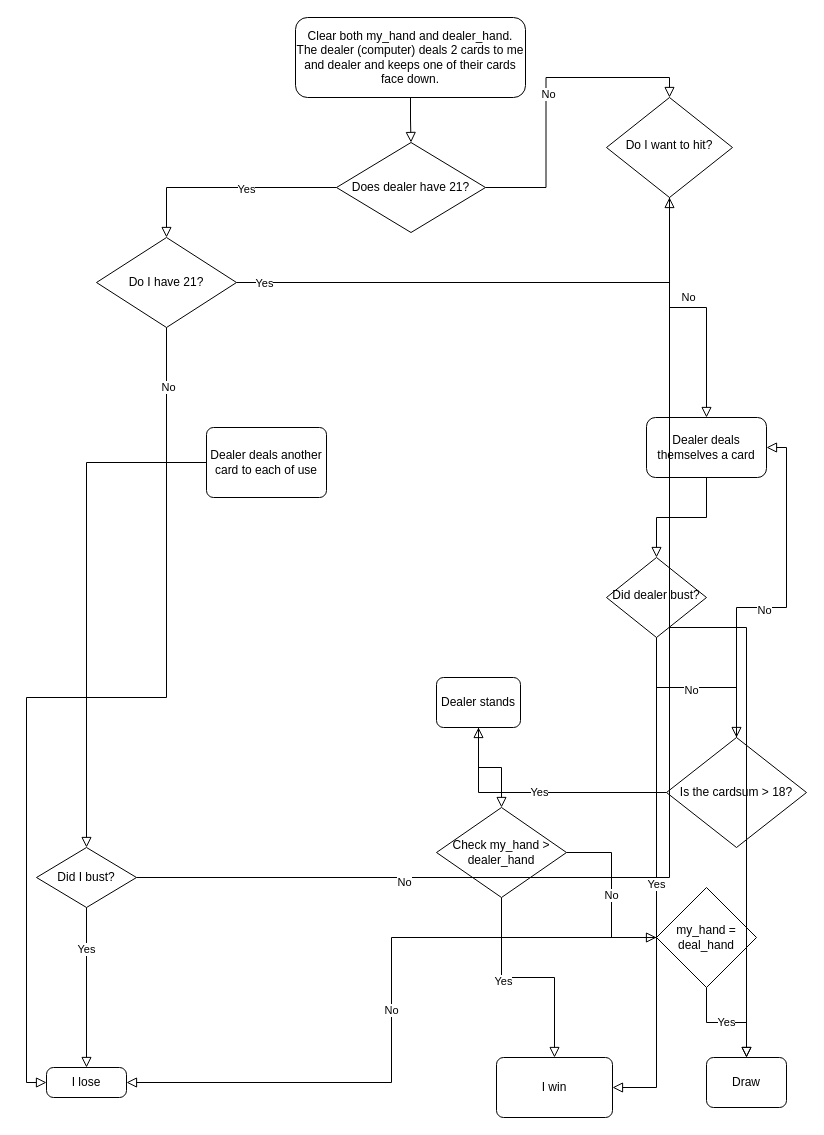
Before: blackjack.drawio in curtisolinger/blackjack, a draw.io diagram. Source tidied: cells renumbered, new cells numbered last; positions are measured from the earlier drawing's top-left corner, leaving out a move shared by most shapes. Both pictures are drawn from the tidied source at 100%, with x=0, y=0 at pixel (36, 17).
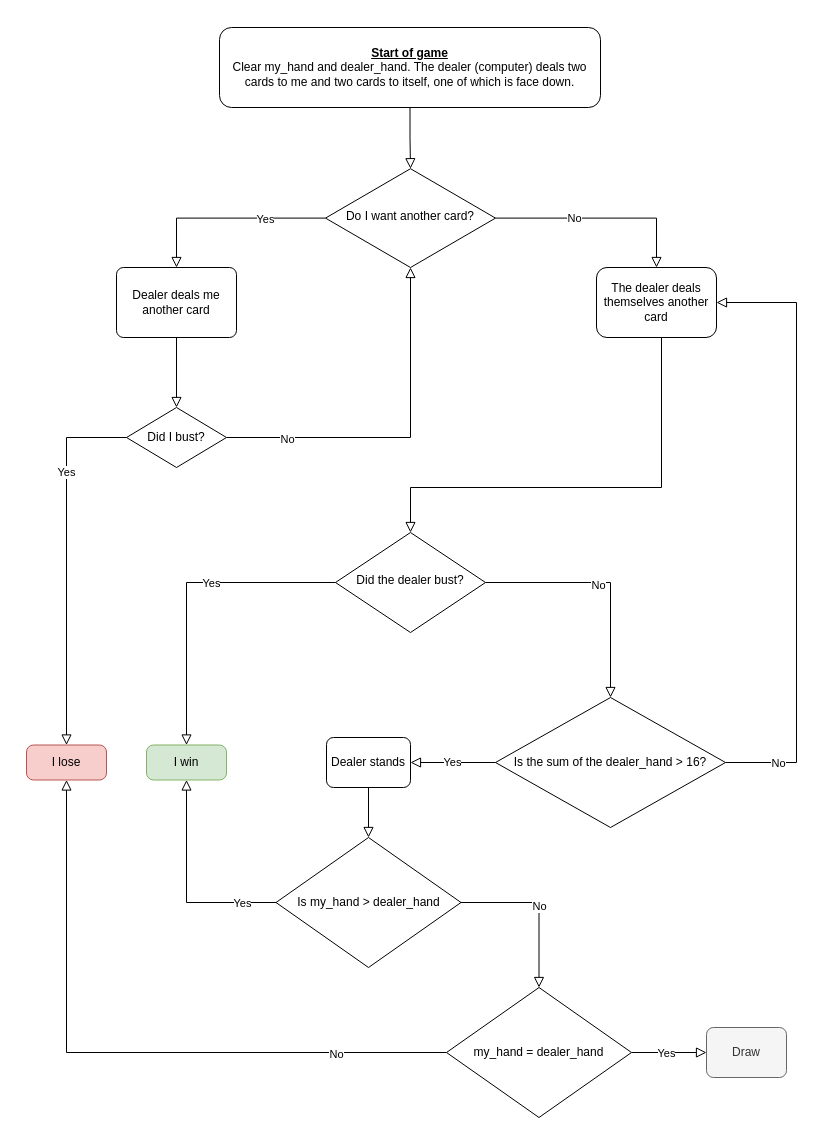
After the change.

Unchanged cells that the change refers to:
```xml
<mxCell id="18" style="edgeStyle=orthogonalEdgeStyle;rounded=0;jettySize=auto;html=1;endArrow=block;endFill=0;endSize=8;" parent="1" edge="1" source="21" target="11">
  <mxGeometry relative="1" as="geometry" />
</mxCell>
<mxCell id="30" style="edgeStyle=orthogonalEdgeStyle;rounded=0;jettySize=auto;html=1;entryX=0.5;entryY=1;entryDx=0;entryDy=0;endArrow=block;endFill=0;endSize=8;" parent="1" edge="1" source="32" target="45">
  <mxGeometry relative="1" as="geometry" />
</mxCell>
```

The edit, as a diff of the source:
```diff
@@
-    <mxCell id="2" style="edgeStyle=orthogonalEdgeStyle;rounded=0;jettySize=auto;html=1;entryX=0.5;entryY=0;entryDx=0;entryDy=0;entryPerimeter=0;endArrow=block;endFill=0;endSize=8;" parent="1" edge="1" source="3" target="38">
-      <mxGeometry relative="1" as="geometry" />
-    </mxCell>
+    <mxCell id="46" style="edgeStyle=orthogonalEdgeStyle;rounded=0;jettySize=auto;html=1;entryX=0.5;entryY=0;entryDx=0;entryDy=0;endArrow=block;endFill=0;endSize=8;" parent="1" edge="1" source="3" target="45">
+      <mxGeometry relative="1" as="geometry" />
+    </mxCell>
-    <mxCell id="3" value="Clear both my_hand and dealer_hand. The dealer (computer) deals 2 cards to me and dealer and keeps one of their cards face down." style="rounded=1;whiteSpace=wrap;html=1;fontSize=12;glass=0;strokeWidth=1;shadow=0;" parent="1" vertex="1">
-      <mxGeometry x="259" width="230" height="80" as="geometry" />
+    <mxCell id="3" value="&lt;div&gt;&lt;u&gt;&lt;b&gt;Start of game&lt;/b&gt;&lt;/u&gt;&lt;/div&gt;&lt;div&gt;Clear my_hand and dealer_hand. The dealer (computer) deals two cards to me and two cards to itself, one of which is face down.&lt;br&gt;&lt;/div&gt;" style="rounded=1;whiteSpace=wrap;html=1;fontSize=12;glass=0;strokeWidth=1;shadow=0;" parent="1" vertex="1">
+      <mxGeometry x="183" y="10" width="381" height="80" as="geometry" />
     </mxCell>
-    <mxCell id="4" value="No" style="edgeStyle=orthogonalEdgeStyle;rounded=0;html=1;jettySize=auto;fontSize=11;endArrow=block;endFill=0;endSize=8;strokeWidth=1;shadow=0;labelBackgroundColor=none;" parent="1" edge="1" source="45" target="6">
-      <mxGeometry y="10" relative="1" as="geometry" />
-    </mxCell>
-    <mxCell id="5" style="edgeStyle=orthogonalEdgeStyle;rounded=0;jettySize=auto;html=1;entryX=0.5;entryY=0;entryDx=0;entryDy=0;endArrow=block;endFill=0;endSize=8;" parent="1" edge="1" source="6" target="10">
-      <mxGeometry relative="1" as="geometry" />
+    <mxCell id="5" style="edgeStyle=orthogonalEdgeStyle;rounded=0;jettySize=auto;html=1;exitX=0.5;exitY=1;exitDx=0;exitDy=0;entryX=0.5;entryY=0;entryDx=0;entryDy=0;endArrow=block;endFill=0;endSize=8;" parent="1" edge="1" source="6" target="10">
+      <mxGeometry relative="1" as="geometry">
+        <Array as="points">
+          <mxPoint x="625" y="470" />
+          <mxPoint x="374" y="470" />
+        </Array>
+      </mxGeometry>
     </mxCell>
-    <mxCell id="6" value="Dealer deals themselves a card" style="rounded=1;whiteSpace=wrap;html=1;fontSize=12;glass=0;strokeWidth=1;shadow=0;" parent="1" vertex="1">
-      <mxGeometry x="610" y="400" width="120" height="60" as="geometry" />
+    <mxCell id="6" value="The dealer deals themselves another card " style="rounded=1;whiteSpace=wrap;html=1;fontSize=12;glass=0;strokeWidth=1;shadow=0;" parent="1" vertex="1">
+      <mxGeometry x="560" y="250" width="120" height="70" as="geometry" />
     </mxCell>
-    <mxCell id="7" value="Yes" style="edgeStyle=orthogonalEdgeStyle;rounded=0;jettySize=auto;html=1;entryX=1;entryY=0.5;entryDx=0;entryDy=0;endArrow=block;endFill=0;endSize=8;" parent="1" edge="1" source="10" target="11">
-      <mxGeometry relative="1" as="geometry" />
-    </mxCell>
@@
+    <mxCell id="7" style="edgeStyle=orthogonalEdgeStyle;rounded=0;jettySize=auto;html=1;endArrow=block;endFill=0;endSize=8;" parent="1" edge="1" source="10" target="11">
+      <mxGeometry relative="1" as="geometry" />
+    </mxCell>
+    <mxCell id="47" value="Yes" style="edgeLabel;html=1;align=center;verticalAlign=middle;" parent="7" vertex="1">
+      <mxGeometry x="-0.46" y="1" relative="1" as="geometry">
+        <mxPoint x="-41" y="-1" as="offset" />
+      </mxGeometry>
+    </mxCell>
-    <mxCell id="10" value="Did dealer bust?" style="rhombus;whiteSpace=wrap;html=1;shadow=0;fontFamily=Helvetica;fontSize=12;align=center;strokeWidth=1;spacing=6;spacingTop=-4;" parent="1" vertex="1">
-      <mxGeometry x="570" y="540" width="100" height="80" as="geometry" />
+    <mxCell id="10" value="Did the dealer bust?" style="rhombus;whiteSpace=wrap;html=1;shadow=0;fontFamily=Helvetica;fontSize=12;align=center;strokeWidth=1;spacing=6;spacingTop=-4;" parent="1" vertex="1">
+      <mxGeometry x="299" y="515" width="150" height="100" as="geometry" />
     </mxCell>
-    <mxCell id="11" value="I win" style="rounded=1;whiteSpace=wrap;html=1;absoluteArcSize=1;arcSize=14;strokeWidth=1;" parent="1" vertex="1">
-      <mxGeometry x="460" y="1040" width="116" height="60" as="geometry" />
+    <mxCell id="11" value="I win" style="rounded=1;whiteSpace=wrap;html=1;absoluteArcSize=1;arcSize=14;strokeWidth=1;fillColor=#d5e8d4;strokeColor=#82b366;" parent="1" vertex="1">
+      <mxGeometry x="110" y="727.5" width="80" height="35" as="geometry" />
     </mxCell>
@@
-    <mxCell id="13" style="edgeStyle=orthogonalEdgeStyle;rounded=0;jettySize=auto;html=1;entryX=1;entryY=0.5;entryDx=0;entryDy=0;endArrow=block;endFill=0;endSize=8;" parent="1" edge="1" source="15" target="6">
-      <mxGeometry relative="1" as="geometry" />
+    <mxCell id="13" style="edgeStyle=orthogonalEdgeStyle;rounded=0;jettySize=auto;html=1;exitX=1;exitY=0.5;exitDx=0;exitDy=0;exitPerimeter=0;entryX=1;entryY=0.5;entryDx=0;entryDy=0;endArrow=block;endFill=0;endSize=8;" parent="1" edge="1" source="15" target="6">
+      <mxGeometry relative="1" as="geometry">
+        <Array as="points">
+          <mxPoint x="760" y="745" />
+          <mxPoint x="760" y="285" />
+        </Array>
+      </mxGeometry>
     </mxCell>
-    <mxCell id="14" value="No" style="edgeLabel;html=1;align=center;verticalAlign=middle;" parent="13" vertex="1">
-      <mxGeometry x="-0.13" y="-2" relative="1" as="geometry" />
-    </mxCell>
+    <mxCell id="48" value="No" style="edgeLabel;html=1;align=center;verticalAlign=middle;" parent="13" vertex="1">
+      <mxGeometry x="-0.83" relative="1" as="geometry" />
+    </mxCell>
-    <mxCell id="15" value="Is the cardsum &amp;gt; 18?" style="strokeWidth=1;html=1;shape=mxgraph.flowchart.decision;whiteSpace=wrap;" parent="1" vertex="1">
-      <mxGeometry x="630" y="720" width="140" height="110" as="geometry" />
+    <mxCell id="15" value="Is the sum of the dealer_hand &amp;gt; 16?" style="strokeWidth=1;html=1;shape=mxgraph.flowchart.decision;whiteSpace=wrap;" parent="1" vertex="1">
+      <mxGeometry x="459" y="680" width="230" height="130" as="geometry" />
     </mxCell>
@@
     <mxCell id="17" value="Dealer stands" style="rounded=1;whiteSpace=wrap;html=1;absoluteArcSize=1;arcSize=14;strokeWidth=1;" parent="1" vertex="1">
-      <mxGeometry x="400" y="660" width="84" height="50" as="geometry" />
+      <mxGeometry x="290" y="720" width="84" height="50" as="geometry" />
     </mxCell>
@@
     <mxCell id="19" value="Yes" style="edgeLabel;html=1;align=center;verticalAlign=middle;" parent="18" vertex="1">
-      <mxGeometry x="-0.24" y="-3" relative="1" as="geometry" />
+      <mxGeometry x="-0.24" y="-3" relative="1" as="geometry">
+        <mxPoint x="47" y="3" as="offset" />
+      </mxGeometry>
     </mxCell>
-    <mxCell id="20" value="No" style="edgeStyle=orthogonalEdgeStyle;rounded=0;jettySize=auto;html=1;entryX=0;entryY=0.5;entryDx=0;entryDy=0;entryPerimeter=0;endArrow=block;endFill=0;endSize=8;" parent="1" edge="1" source="21" target="24">
+    <mxCell id="20" value="No" style="edgeStyle=orthogonalEdgeStyle;rounded=0;jettySize=auto;html=1;exitX=1;exitY=0.5;exitDx=0;exitDy=0;exitPerimeter=0;entryX=0.5;entryY=0;entryDx=0;entryDy=0;entryPerimeter=0;endArrow=block;endFill=0;endSize=8;" parent="1" edge="1" source="21" target="24">
       <mxGeometry relative="1" as="geometry" />
     </mxCell>
-    <mxCell id="21" value="Check my_hand &amp;gt; dealer_hand" style="strokeWidth=1;html=1;shape=mxgraph.flowchart.decision;whiteSpace=wrap;" parent="1" vertex="1">
-      <mxGeometry x="400" y="790" width="130" height="90" as="geometry" />
+    <mxCell id="21" value="Is my_hand &amp;gt; dealer_hand" style="strokeWidth=1;html=1;shape=mxgraph.flowchart.decision;whiteSpace=wrap;" parent="1" vertex="1">
+      <mxGeometry x="239.5" y="820" width="185" height="130" as="geometry" />
     </mxCell>
+    <mxCell id="23" style="edgeStyle=orthogonalEdgeStyle;rounded=0;jettySize=auto;html=1;exitX=0;exitY=0.5;exitDx=0;exitDy=0;exitPerimeter=0;entryX=0.5;entryY=1;entryDx=0;entryDy=0;endArrow=block;endFill=0;endSize=8;" parent="1" edge="1" source="24" target="33">
+      <mxGeometry relative="1" as="geometry" />
+    </mxCell>
+    <mxCell id="49" value="No" style="edgeLabel;html=1;align=center;verticalAlign=middle;" parent="23" vertex="1">
+      <mxGeometry x="-0.66" y="1" relative="1" as="geometry" />
+    </mxCell>
-    <mxCell id="22" value="Yes" style="edgeStyle=orthogonalEdgeStyle;rounded=0;jettySize=auto;html=1;entryX=0.5;entryY=0;entryDx=0;entryDy=0;endArrow=block;endFill=0;endSize=8;" parent="1" edge="1" source="24" target="25">
+    <mxCell id="22" style="edgeStyle=orthogonalEdgeStyle;rounded=0;jettySize=auto;html=1;endArrow=block;endFill=0;endSize=8;" parent="1" edge="1" source="24" target="25">
       <mxGeometry relative="1" as="geometry" />
     </mxCell>
-    <mxCell id="23" value="No" style="edgeStyle=orthogonalEdgeStyle;rounded=0;jettySize=auto;html=1;entryX=1;entryY=0.5;entryDx=0;entryDy=0;endArrow=block;endFill=0;endSize=8;" parent="1" edge="1" source="24" target="33">
-      <mxGeometry relative="1" as="geometry" />
-    </mxCell>
+    <mxCell id="50" value="Yes" style="edgeLabel;html=1;align=center;verticalAlign=middle;" parent="22" vertex="1">
+      <mxGeometry x="-0.09" relative="1" as="geometry" />
+    </mxCell>
-    <mxCell id="24" value="my_hand = deal_hand" style="strokeWidth=1;html=1;shape=mxgraph.flowchart.decision;whiteSpace=wrap;" parent="1" vertex="1">
-      <mxGeometry x="620" y="870" width="100" height="100" as="geometry" />
+    <mxCell id="24" value="my_hand = dealer_hand" style="strokeWidth=1;html=1;shape=mxgraph.flowchart.decision;whiteSpace=wrap;" parent="1" vertex="1">
+      <mxGeometry x="410" y="970" width="185" height="130" as="geometry" />
     </mxCell>
-    <mxCell id="25" value="Draw" style="rounded=1;whiteSpace=wrap;html=1;absoluteArcSize=1;arcSize=14;strokeWidth=1;" parent="1" vertex="1">
-      <mxGeometry x="670" y="1040" width="80" height="50" as="geometry" />
+    <mxCell id="25" value="Draw" style="rounded=1;whiteSpace=wrap;html=1;absoluteArcSize=1;arcSize=14;strokeWidth=1;fillColor=#f5f5f5;fontColor=#333333;strokeColor=#666666;" parent="1" vertex="1">
+      <mxGeometry x="670" y="1010" width="80" height="50" as="geometry" />
     </mxCell>
-    <mxCell id="26" style="edgeStyle=orthogonalEdgeStyle;rounded=0;jettySize=auto;html=1;entryX=0.5;entryY=0;entryDx=0;entryDy=0;entryPerimeter=0;endArrow=block;endFill=0;endSize=8;" parent="1" edge="1" source="27" target="32">
-      <mxGeometry relative="1" as="geometry" />
-    </mxCell>
-    <mxCell id="27" value="Dealer deals another card to each of use" style="rounded=1;whiteSpace=wrap;html=1;absoluteArcSize=1;arcSize=14;strokeWidth=1;" parent="1" vertex="1">
-      <mxGeometry x="170" y="410" width="120" height="70" as="geometry" />
-    </mxCell>
@@
-    <mxCell id="31" value="No" style="edgeLabel;html=1;align=center;verticalAlign=middle;" parent="30" vertex="1">
-      <mxGeometry x="-0.56" y="-4" relative="1" as="geometry" />
-    </mxCell>
+    <mxCell id="51" value="No" style="edgeLabel;html=1;align=center;verticalAlign=middle;" parent="30" vertex="1">
+      <mxGeometry x="-0.66" y="-1" relative="1" as="geometry" />
+    </mxCell>
     <mxCell id="32" value="Did I bust?" style="strokeWidth=1;html=1;shape=mxgraph.flowchart.decision;whiteSpace=wrap;" parent="1" vertex="1">
-      <mxGeometry y="830" width="100" height="60" as="geometry" />
+      <mxGeometry x="90" y="390" width="100" height="60" as="geometry" />
     </mxCell>
-    <mxCell id="33" value="I lose" style="rounded=1;whiteSpace=wrap;html=1;absoluteArcSize=1;arcSize=14;strokeWidth=1;" parent="1" vertex="1">
-      <mxGeometry x="10" y="1050" width="80" height="30" as="geometry" />
+    <mxCell id="33" value="I lose" style="rounded=1;whiteSpace=wrap;html=1;absoluteArcSize=1;arcSize=14;strokeWidth=1;fillColor=#f8cecc;strokeColor=#b85450;" parent="1" vertex="1">
+      <mxGeometry x="-10" y="727.5" width="80" height="35" as="geometry" />
     </mxCell>
-    <mxCell id="34" style="edgeStyle=orthogonalEdgeStyle;rounded=0;jettySize=auto;html=1;endArrow=block;endFill=0;endSize=8;" parent="1" edge="1" source="38" target="42">
-      <mxGeometry relative="1" as="geometry" />
-    </mxCell>
-    <mxCell id="35" value="Yes" style="edgeLabel;html=1;align=center;verticalAlign=middle;" parent="34" vertex="1">
-      <mxGeometry x="-0.17" y="1" relative="1" as="geometry" />
-    </mxCell>
-    <mxCell id="36" style="edgeStyle=orthogonalEdgeStyle;rounded=0;jettySize=auto;html=1;entryX=0.5;entryY=0;entryDx=0;entryDy=0;endArrow=block;endFill=0;endSize=8;" parent="1" edge="1" source="38" target="45">
-      <mxGeometry relative="1" as="geometry" />
-    </mxCell>
-    <mxCell id="37" value="No" style="edgeLabel;html=1;align=center;verticalAlign=middle;" parent="36" vertex="1">
-      <mxGeometry x="-0.02" y="-2" relative="1" as="geometry" />
-    </mxCell>
-    <mxCell id="38" value="Does dealer have 21?" style="strokeWidth=1;html=1;shape=mxgraph.flowchart.decision;whiteSpace=wrap;" parent="1" vertex="1">
-      <mxGeometry x="300" y="125" width="149" height="90" as="geometry" />
-    </mxCell>
-    <mxCell id="39" style="edgeStyle=orthogonalEdgeStyle;rounded=0;jettySize=auto;html=1;entryX=0;entryY=0.5;entryDx=0;entryDy=0;endArrow=block;endFill=0;endSize=8;" parent="1" edge="1" source="42" target="33">
-      <mxGeometry relative="1" as="geometry" />
-    </mxCell>
-    <mxCell id="40" value="No" style="edgeLabel;html=1;align=center;verticalAlign=middle;" parent="39" vertex="1">
-      <mxGeometry x="-0.87" y="1" relative="1" as="geometry" />
-    </mxCell>
-    <mxCell id="41" style="edgeStyle=orthogonalEdgeStyle;rounded=0;jettySize=auto;html=1;endArrow=block;endFill=0;endSize=8;startArrow=none;" parent="1" edge="1" source="45" target="25">
-      <mxGeometry relative="1" as="geometry" />
-    </mxCell>
-    <mxCell id="42" value="Do I have 21?" style="strokeWidth=1;html=1;shape=mxgraph.flowchart.decision;whiteSpace=wrap;" parent="1" vertex="1">
-      <mxGeometry x="60" y="220" width="140" height="90" as="geometry" />
-    </mxCell>
-    <mxCell id="43" style="edgeStyle=orthogonalEdgeStyle;rounded=0;jettySize=auto;html=1;endArrow=none;endFill=0;endSize=8;" parent="1" edge="1" source="42" target="45">
-      <mxGeometry relative="1" as="geometry" />
-    </mxCell>
-    <mxCell id="44" value="Yes" style="edgeLabel;html=1;align=center;verticalAlign=middle;" parent="43" vertex="1">
-      <mxGeometry x="-0.91" y="-5" relative="1" as="geometry">
-        <mxPoint x="4" y="-5" as="offset" />
-      </mxGeometry>
-    </mxCell>
+    <mxCell id="52" style="edgeStyle=orthogonalEdgeStyle;rounded=0;jettySize=auto;html=1;endArrow=block;endFill=0;endSize=8;entryX=0.5;entryY=0;entryDx=0;entryDy=0;" parent="1" edge="1" source="45" target="56">
+      <mxGeometry relative="1" as="geometry" />
+    </mxCell>
+    <mxCell id="53" value="Yes" style="edgeLabel;html=1;align=center;verticalAlign=middle;" parent="52" vertex="1">
+      <mxGeometry x="-0.39" y="1" relative="1" as="geometry" />
+    </mxCell>
+    <mxCell id="4" style="edgeStyle=orthogonalEdgeStyle;rounded=0;jettySize=auto;html=1;exitX=1;exitY=0.5;exitDx=0;exitDy=0;entryX=0.5;entryY=0;entryDx=0;entryDy=0;endArrow=block;endFill=0;endSize=8;" parent="1" edge="1" source="45" target="6">
+      <mxGeometry relative="1" as="geometry" />
+    </mxCell>
+    <mxCell id="54" value="No" style="edgeLabel;html=1;align=center;verticalAlign=middle;" parent="4" vertex="1">
+      <mxGeometry x="-0.26" relative="1" as="geometry" />
+    </mxCell>
-    <mxCell id="45" value="Do I want to hit?" style="rhombus;whiteSpace=wrap;html=1;shadow=0;fontFamily=Helvetica;fontSize=12;align=center;strokeWidth=1;spacing=6;spacingTop=-4;" parent="1" vertex="1">
-      <mxGeometry x="570" y="80" width="126" height="100" as="geometry" />
+    <mxCell id="45" value="Do I want another card?" style="rhombus;whiteSpace=wrap;html=1;shadow=0;fontFamily=Helvetica;fontSize=12;align=center;strokeWidth=1;spacing=6;spacingTop=-4;" parent="1" vertex="1">
+      <mxGeometry x="289" y="151.2" width="170" height="98.8" as="geometry" />
     </mxCell>
+    <mxCell id="55" style="edgeStyle=orthogonalEdgeStyle;rounded=0;jettySize=auto;html=1;endArrow=block;endFill=0;endSize=8;" parent="1" edge="1" source="56" target="32">
+      <mxGeometry relative="1" as="geometry" />
+    </mxCell>
+    <mxCell id="56" value="Dealer deals me another card" style="rounded=1;whiteSpace=wrap;html=1;absoluteArcSize=1;arcSize=14;strokeWidth=1;" parent="1" vertex="1">
+      <mxGeometry x="80" y="250" width="120" height="70" as="geometry" />
+    </mxCell>
```
